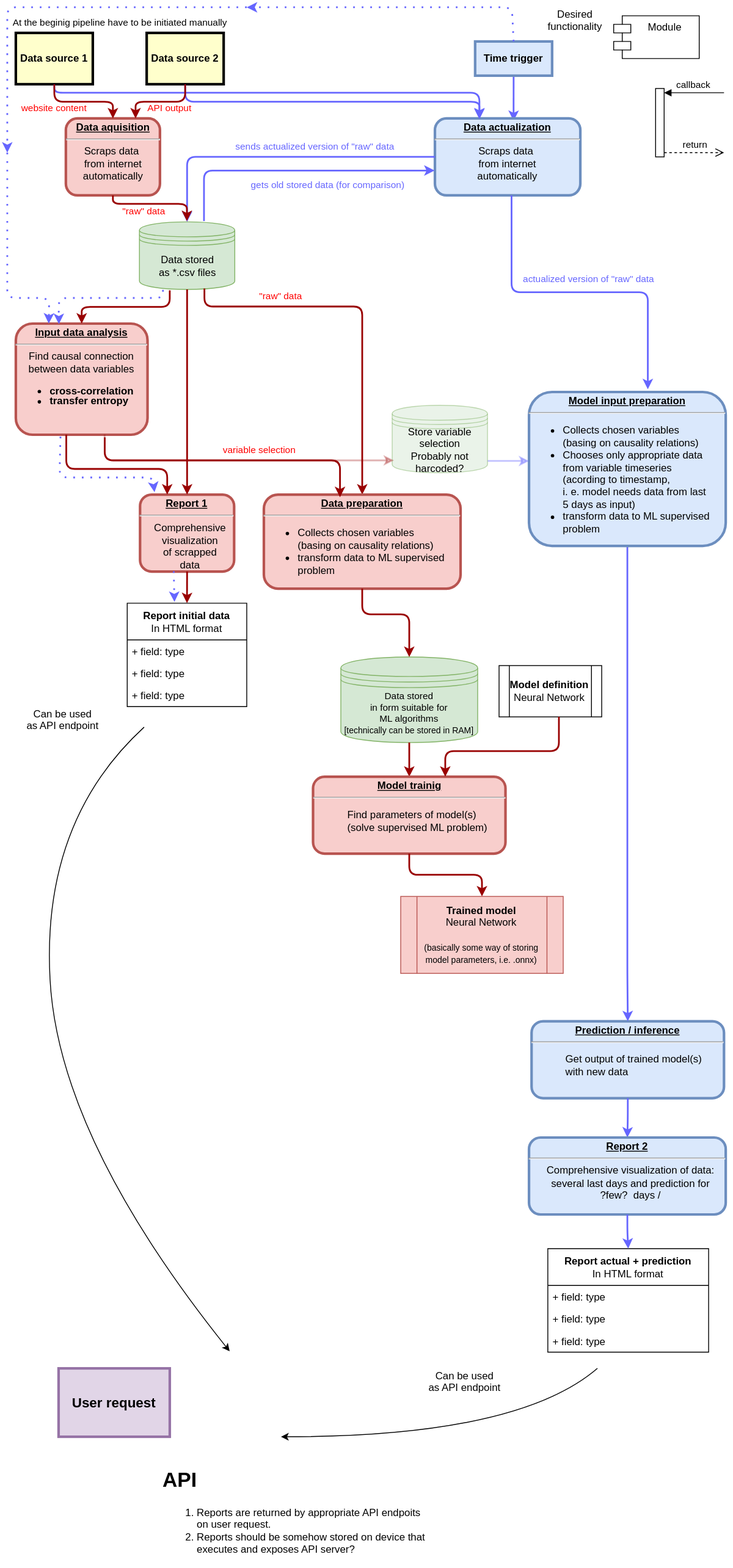
KKobuszewski/aluminium-prediction keeps this draw.io diagram as readme/project_plan.darwio.svg. Above is the earlier version. Source tidied: cells renumbered, new cells last; positions are measured from the earlier drawing's top-left corner, leaving out a move shared by most shapes.
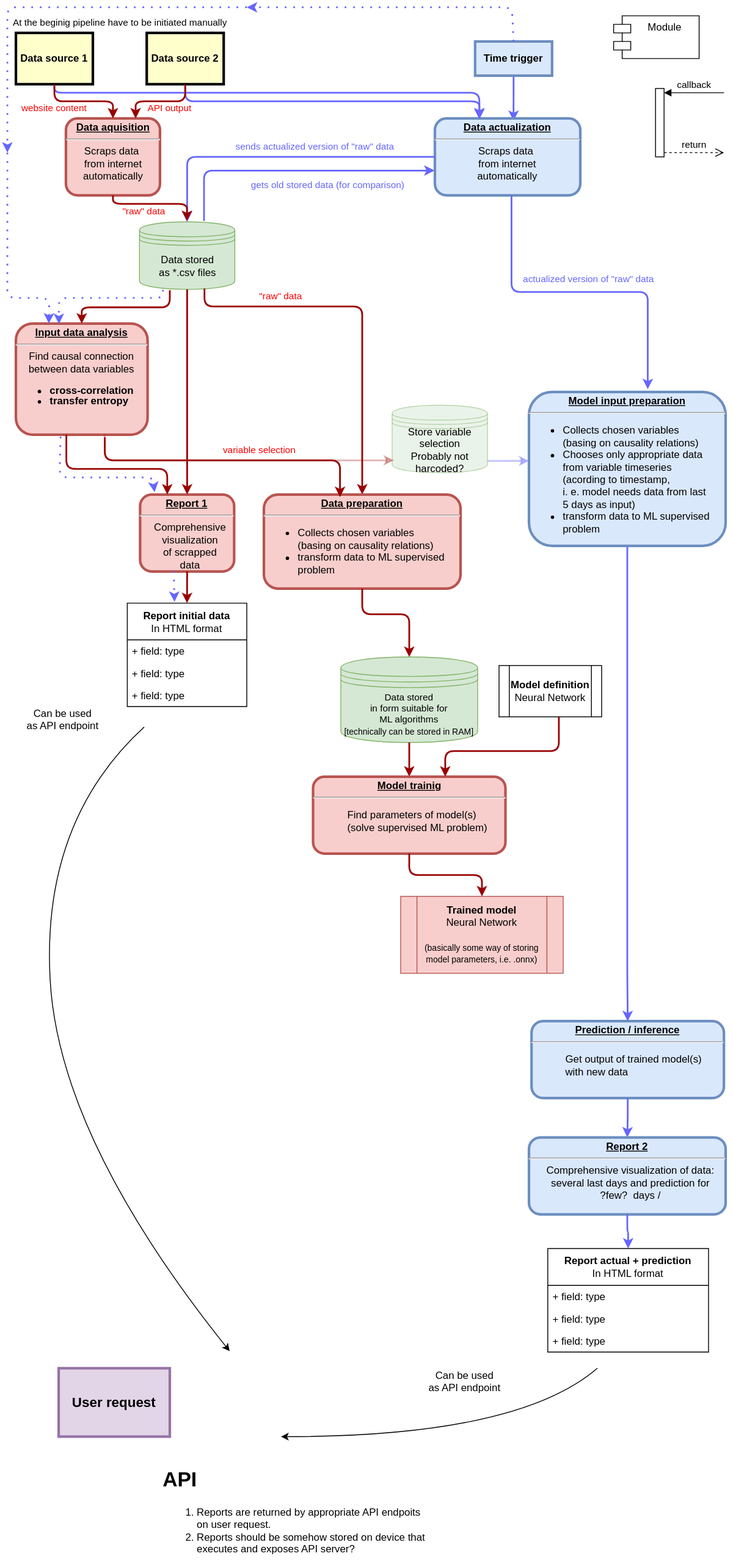
Later version of the same file.

What changed in the source:
```diff
@@ -17,9 +17,6 @@
     <mxCell id="6" style="edgeStyle=none;noEdgeStyle=1;strokeColor=#6666FF;strokeWidth=2;entryX=0.541;entryY=0.033;entryDx=0;entryDy=0;entryPerimeter=0;exitX=0.5;exitY=1;exitDx=0;exitDy=0;" parent="1" edge="1" source="45" target="42">
       <mxGeometry relative="1" as="geometry" />
     </mxCell>
-    <mxCell id="7" value="Desired &#10;functionality" style="text;spacingTop=-5;align=center;" parent="1" vertex="1">
-      <mxGeometry x="649" width="30" height="20" as="geometry" />
-    </mxCell>
     <mxCell id="8" value="At the beginig pipeline have to be initiated manually" style="text;spacingTop=-5;align=center;fontSize=11;" parent="1" vertex="1">
       <mxGeometry x="2" y="10" width="260" height="20" as="geometry" />
     </mxCell>
```
